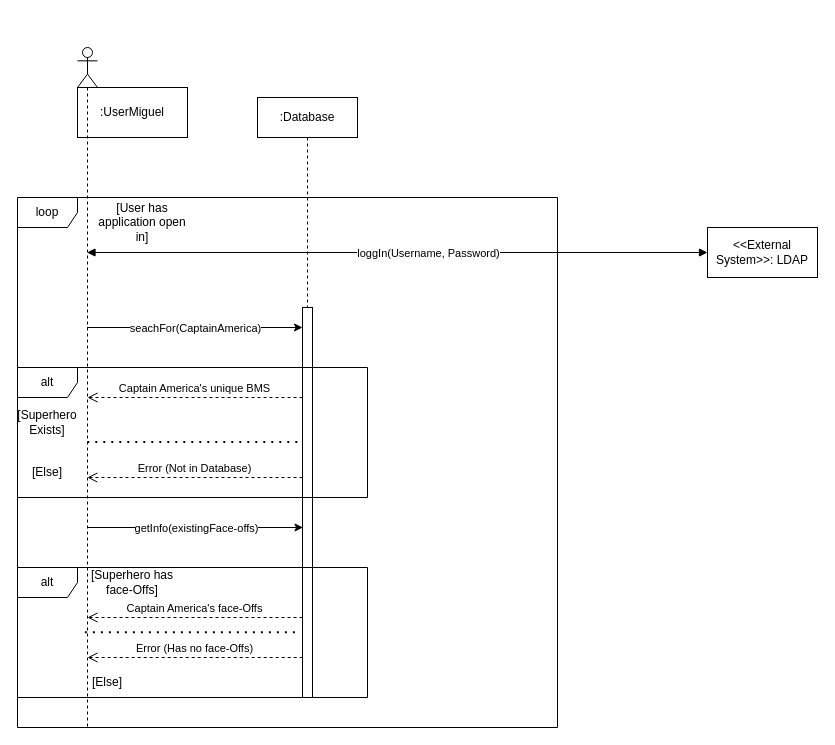
Above: SD.drawio in tonywin35/diagrams2340 (draw.io), before the change. Source tidied: cells renumbered, new cells numbered last; positions are measured from the earlier drawing's top-left corner, leaving out a move shared by most shapes. Both pictures are drawn from the tidied source at 100%, with x=0, y=0 at pixel (17, 47).
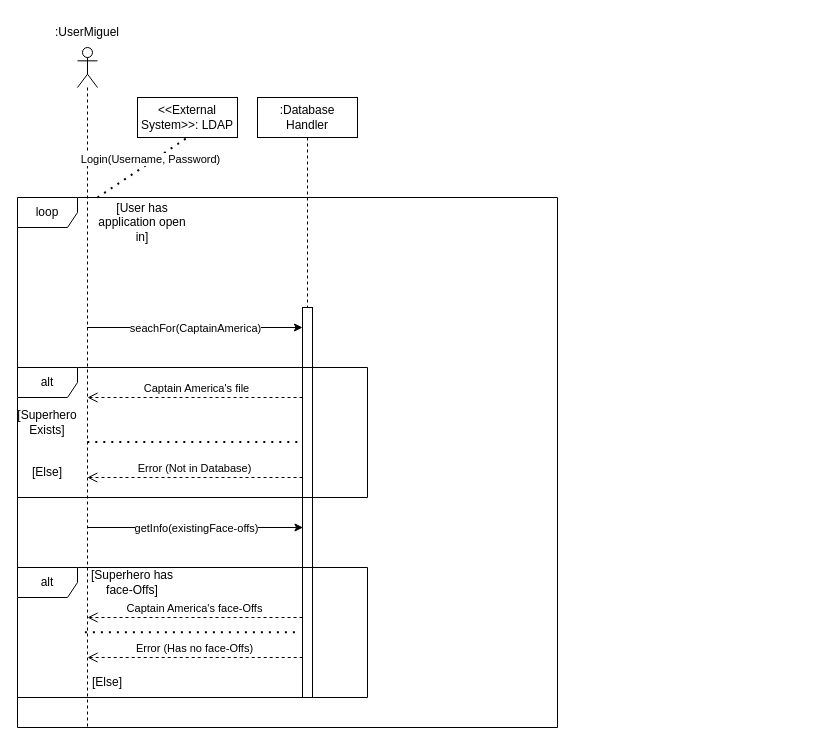
After the change.

Unchanged cells that the change refers to:
```xml
<mxCell id="7" value="[User has application open in]" style="text;html=1;align=center;verticalAlign=middle;whiteSpace=wrap;rounded=0;" parent="1" vertex="1">
  <mxGeometry x="80" y="150" width="90" height="50" as="geometry" />
</mxCell>
<mxCell id="8" style="shape=umlLifeline;perimeter=lifelinePerimeter;whiteSpace=wrap;html=1;outlineConnect=0;portConstraint=eastwest;newEdgeStyle={&quot;curved&quot;:0,&quot;rounded&quot;:0};participant=umlActor;" parent="1" vertex="1">
  <mxGeometry x="60" width="20" height="680" as="geometry" />
</mxCell>
```

Change to the diagram source:
```diff
@@
-    <mxCell id="3" value=":UserMiguel" style="html=1;whiteSpace=wrap;" parent="1" vertex="1">
-      <mxGeometry x="60" y="40" width="110" height="50" as="geometry" />
-    </mxCell>
     <mxCell id="4" value="&amp;lt;&amp;lt;External System&amp;gt;&amp;gt;: LDAP" style="html=1;whiteSpace=wrap;" parent="1" vertex="1">
-      <mxGeometry x="690" y="180" width="110" height="50" as="geometry" />
+      <mxGeometry x="120" y="50" width="100" height="40" as="geometry" />
     </mxCell>
-    <mxCell id="5" style="endArrow=block;startArrow=block;endFill=1;startFill=1;html=1;rounded=0;entryX=0;entryY=0.5;entryDx=0;entryDy=0;" parent="1" edge="1" source="8" target="4">
-      <mxGeometry relative="1" as="geometry" />
-    </mxCell>
-    <mxCell id="6" value="loggIn(Username, Password)" style="edgeLabel;html=1;align=center;verticalAlign=middle;" parent="5" vertex="1">
-      <mxGeometry x="-0.08" y="2" relative="1" as="geometry">
-        <mxPoint x="56" y="2" as="offset" />
-      </mxGeometry>
-    </mxCell>
@@
-    <mxCell id="9" value=":Database" style="shape=umlLifeline;perimeter=lifelinePerimeter;whiteSpace=wrap;html=1;newEdgeStyle={&quot;curved&quot;:0,&quot;rounded&quot;:0};" parent="1" vertex="1">
+    <mxCell id="9" value=":Database Handler" style="shape=umlLifeline;perimeter=lifelinePerimeter;whiteSpace=wrap;html=1;newEdgeStyle={&quot;curved&quot;:0,&quot;rounded&quot;:0};" parent="1" vertex="1">
       <mxGeometry x="240" y="50" width="100" height="210" as="geometry" />
     </mxCell>
@@
-    <mxCell id="11" value="Captain America's unique BMS" style="html=1;verticalAlign=bottom;endArrow=open;dashed=1;endSize=8;curved=0;rounded=0;" parent="1" edge="1">
-      <mxGeometry relative="1" as="geometry">
+    <mxCell id="11" value="Captain America's file" style="html=1;verticalAlign=bottom;endArrow=open;dashed=1;endSize=8;curved=0;rounded=0;" parent="1" edge="1">
+      <mxGeometry x="-0.01" relative="1" as="geometry">
         <mxPoint x="285" y="350" as="sourcePoint" />
         <mxPoint x="70" y="350" as="targetPoint" />
       </mxGeometry>
     </mxCell>
@@
+    <mxCell id="3" value=":UserMiguel" style="text;html=1;align=center;verticalAlign=middle;whiteSpace=wrap;rounded=0;" parent="1" vertex="1">
+      <mxGeometry x="40" y="-30" width="60" height="30" as="geometry" />
+    </mxCell>
+    <mxCell id="27" style="endArrow=none;dashed=1;html=1;dashPattern=1 3;strokeWidth=2;rounded=0;entryX=0.5;entryY=1;entryDx=0;entryDy=0;exitX=0;exitY=0;exitDx=0;exitDy=0;" parent="1" edge="1" source="7" target="4">
+      <mxGeometry relative="1" as="geometry" />
+    </mxCell>
+    <mxCell id="28" value="Login(Username, Password)" style="edgeLabel;html=1;align=center;verticalAlign=middle;" parent="27" vertex="1">
+      <mxGeometry x="0.2" y="3" relative="1" as="geometry" />
+    </mxCell>
```
